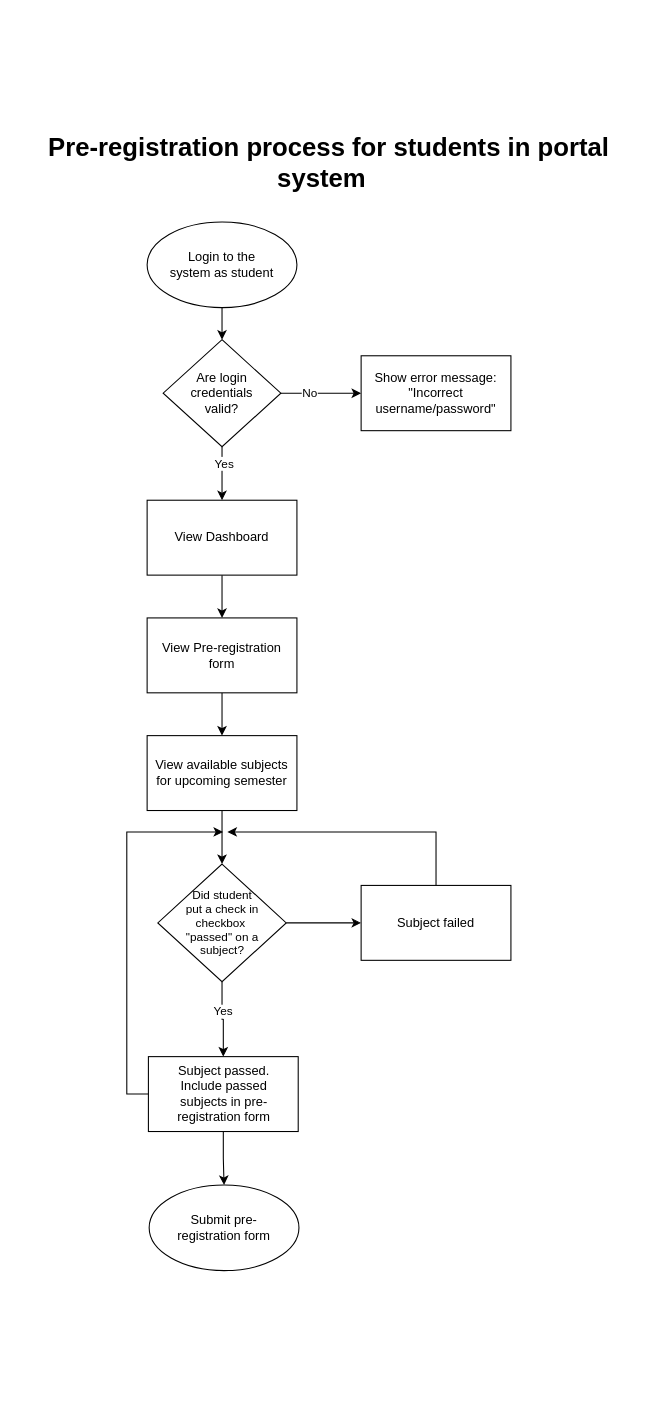
Before: Flowcharts/Pre-registration for Students In School Portal System (Assignment).drawio in samantha-arabella-r/School-Works, a draw.io diagram. Source tidied: cells renumbered, new cells numbered last; positions are measured from the earlier drawing's top-left corner, leaving out a move shared by most shapes. Both pictures are drawn from the tidied source at 107%, with x=0, y=0 at pixel (18, 125).
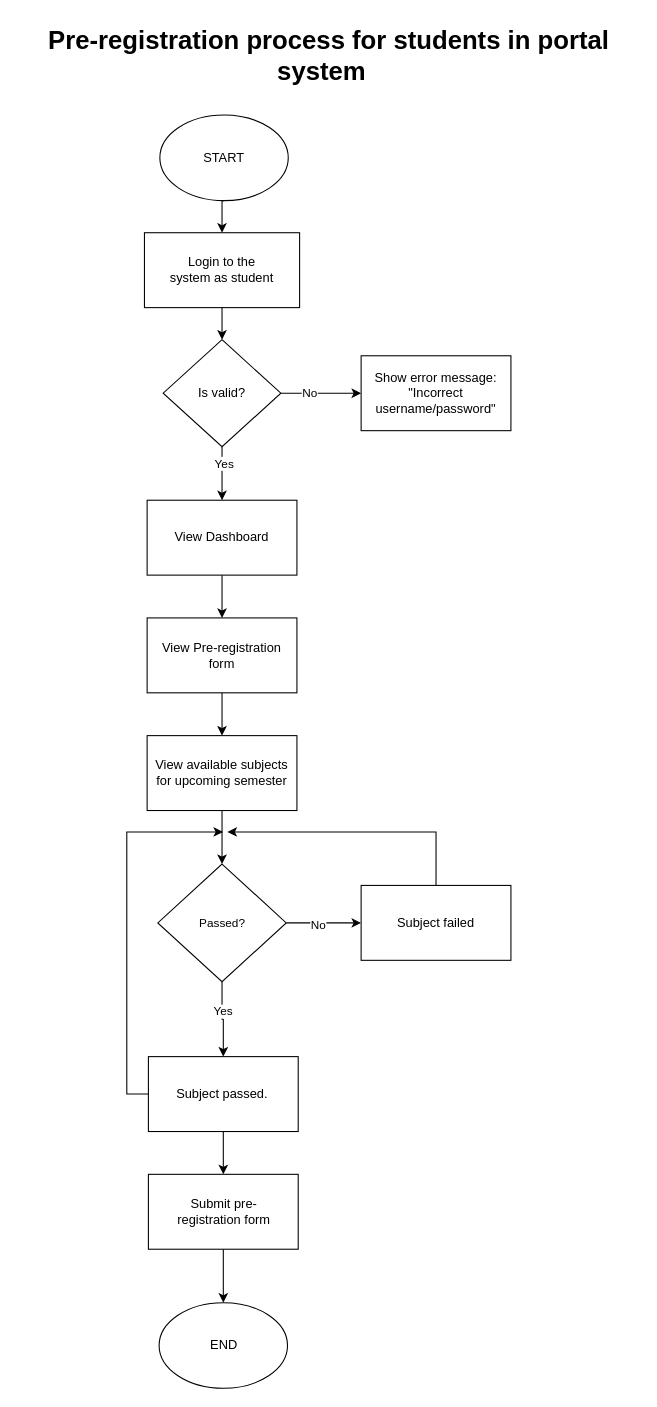
The same page after the edit.

Unchanged cells that the change refers to:
```xml
<mxCell id="10" style="rhombus;whiteSpace=wrap;html=1;" parent="1" vertex="1">
  <mxGeometry x="135" y="200" width="110" height="100" as="geometry" />
</mxCell>
<mxCell id="25" style="edgeStyle=orthogonalEdgeStyle;rounded=0;jettySize=auto;html=1;" parent="1" edge="1" source="26" target="30">
  <mxGeometry relative="1" as="geometry" />
</mxCell>
<mxCell id="32" style="rounded=0;whiteSpace=wrap;html=1;" parent="1" vertex="1">
  <mxGeometry x="121.2" y="870" width="140" height="70" as="geometry" />
</mxCell>
```

What changed in the source:
```diff
@@
-    <mxCell id="2" style="edgeStyle=orthogonalEdgeStyle;rounded=0;jettySize=auto;html=1;exitX=0.5;exitY=1;exitDx=0;exitDy=0;entryX=0.5;entryY=0;entryDx=0;entryDy=0;" parent="1" edge="1" source="3" target="10">
-      <mxGeometry relative="1" as="geometry" />
+    <mxCell id="2" style="edgeStyle=orthogonalEdgeStyle;rounded=0;jettySize=auto;html=1;exitX=0.5;exitY=1;exitDx=0;exitDy=0;entryX=0.5;entryY=0;entryDx=0;entryDy=0;" parent="1" edge="1" target="10">
+      <mxGeometry relative="1" as="geometry">
+        <mxPoint x="190" y="170" as="sourcePoint" />
+      </mxGeometry>
     </mxCell>
-    <mxCell id="3" style="ellipse;whiteSpace=wrap;html=1;" parent="1" vertex="1">
-      <mxGeometry x="120" y="90" width="140" height="80" as="geometry" />
-    </mxCell>
     <mxCell id="4" value="&lt;h1 style=&quot;margin-top: 0px;&quot;&gt;Pre-registration process for students in portal system&amp;nbsp;&amp;nbsp;&lt;/h1&gt;" style="text;html=1;whiteSpace=wrap;overflow=hidden;rounded=0;align=center;" parent="1" vertex="1">
-      <mxGeometry width="580" height="70" as="geometry" />
+      <mxGeometry y="-100" width="580" height="70" as="geometry" />
     </mxCell>
-    <mxCell id="5" value="Login to the system as student" style="text;html=1;align=center;verticalAlign=middle;whiteSpace=wrap;rounded=0;" parent="1" vertex="1">
-      <mxGeometry x="140" y="115" width="100" height="30" as="geometry" />
-    </mxCell>
@@
-    <mxCell id="11" value="Are login credentials valid?" style="text;html=1;align=center;verticalAlign=middle;whiteSpace=wrap;rounded=0;" parent="1" vertex="1">
+    <mxCell id="11" value="Is valid?" style="text;html=1;align=center;verticalAlign=middle;whiteSpace=wrap;rounded=0;" parent="1" vertex="1">
       <mxGeometry x="160" y="235" width="60" height="30" as="geometry" />
     </mxCell>
@@
+    <mxCell id="37" value="No" style="edgeLabel;html=1;align=center;verticalAlign=middle;" parent="25" vertex="1">
+      <mxGeometry x="-0.17" y="-1" relative="1" as="geometry" />
+    </mxCell>
@@
-    <mxCell id="27" value="Did student put a check in checkbox&amp;nbsp; &quot;passed&quot; on a subject?" style="text;html=1;align=center;verticalAlign=middle;whiteSpace=wrap;rounded=0;fontSize=11;" parent="1" vertex="1">
+    <mxCell id="27" value="Passed?" style="text;html=1;align=center;verticalAlign=middle;whiteSpace=wrap;rounded=0;fontSize=11;" parent="1" vertex="1">
       <mxGeometry x="152.5" y="730" width="75" height="30" as="geometry" />
     </mxCell>
@@
-    <mxCell id="31" style="edgeStyle=orthogonalEdgeStyle;rounded=0;jettySize=auto;html=1;exitX=0.5;exitY=1;exitDx=0;exitDy=0;entryX=0.5;entryY=0;entryDx=0;entryDy=0;" parent="1" edge="1" source="32" target="34">
-      <mxGeometry relative="1" as="geometry" />
-    </mxCell>
+    <mxCell id="38" style="edgeStyle=orthogonalEdgeStyle;rounded=0;jettySize=auto;html=1;" parent="1" edge="1" source="32" target="44">
+      <mxGeometry relative="1" as="geometry" />
+    </mxCell>
@@
-    <mxCell id="33" value="Subject passed. Include passed subjects in pre-registration form" style="text;html=1;align=center;verticalAlign=middle;whiteSpace=wrap;rounded=0;" parent="1" vertex="1">
+    <mxCell id="33" value="Subject passed.&amp;nbsp;" style="text;html=1;align=center;verticalAlign=middle;whiteSpace=wrap;rounded=0;" parent="1" vertex="1">
       <mxGeometry x="135" y="887.5" width="113.8" height="35" as="geometry" />
     </mxCell>
-    <mxCell id="34" style="ellipse;whiteSpace=wrap;html=1;" parent="1" vertex="1">
-      <mxGeometry x="121.9" y="990" width="140" height="80" as="geometry" />
-    </mxCell>
+    <mxCell id="36" style="edgeStyle=orthogonalEdgeStyle;rounded=0;jettySize=auto;html=1;exitX=0;exitY=0.5;exitDx=0;exitDy=0;" parent="1" edge="1" source="32">
+      <mxGeometry relative="1" as="geometry">
+        <mxPoint x="191" y="660" as="targetPoint" />
+        <Array as="points">
+          <mxPoint x="101" y="905" />
+          <mxPoint x="101" y="660" />
+        </Array>
+      </mxGeometry>
+    </mxCell>
+    <mxCell id="39" style="rounded=0;whiteSpace=wrap;html=1;" parent="1" vertex="1">
+      <mxGeometry x="117.5" y="100" width="145" height="70" as="geometry" />
+    </mxCell>
+    <mxCell id="5" value="Login to the system as student" style="text;html=1;align=center;verticalAlign=middle;whiteSpace=wrap;rounded=0;" parent="1" vertex="1">
+      <mxGeometry x="140" y="120" width="100" height="30" as="geometry" />
+    </mxCell>
+    <mxCell id="40" style="edgeStyle=orthogonalEdgeStyle;rounded=0;jettySize=auto;html=1;exitX=0.5;exitY=1;exitDx=0;exitDy=0;entryX=0.5;entryY=0;entryDx=0;entryDy=0;" parent="1" edge="1" source="41" target="39">
+      <mxGeometry relative="1" as="geometry" />
+    </mxCell>
+    <mxCell id="41" style="ellipse;whiteSpace=wrap;html=1;" parent="1" vertex="1">
+      <mxGeometry x="131.9" y="-10" width="120" height="80" as="geometry" />
+    </mxCell>
+    <mxCell id="42" value="START" style="text;html=1;align=center;verticalAlign=middle;whiteSpace=wrap;rounded=0;" parent="1" vertex="1">
+      <mxGeometry x="141.9" y="15" width="100" height="30" as="geometry" />
+    </mxCell>
+    <mxCell id="43" style="edgeStyle=orthogonalEdgeStyle;rounded=0;jettySize=auto;html=1;" parent="1" edge="1" source="44" target="45">
+      <mxGeometry relative="1" as="geometry" />
+    </mxCell>
+    <mxCell id="44" style="rounded=0;whiteSpace=wrap;html=1;" parent="1" vertex="1">
+      <mxGeometry x="121.2" y="980" width="140" height="70" as="geometry" />
+    </mxCell>
     <mxCell id="35" value="Submit pre-registration form" style="text;html=1;align=center;verticalAlign=middle;whiteSpace=wrap;rounded=0;" parent="1" vertex="1">
-      <mxGeometry x="141.9" y="1015" width="100" height="30" as="geometry" />
+      <mxGeometry x="141.9" y="1000" width="100" height="30" as="geometry" />
     </mxCell>
-    <mxCell id="36" style="edgeStyle=orthogonalEdgeStyle;rounded=0;jettySize=auto;html=1;exitX=0;exitY=0.5;exitDx=0;exitDy=0;" parent="1" edge="1" source="32">
-      <mxGeometry relative="1" as="geometry">
-        <mxPoint x="191" y="660" as="targetPoint" />
-        <Array as="points">
-          <mxPoint x="101" y="905" />
-          <mxPoint x="101" y="660" />
-        </Array>
-      </mxGeometry>
-    </mxCell>
+    <mxCell id="45" style="ellipse;whiteSpace=wrap;html=1;" parent="1" vertex="1">
+      <mxGeometry x="131.2" y="1100" width="120" height="80" as="geometry" />
+    </mxCell>
+    <mxCell id="46" value="END" style="text;html=1;align=center;verticalAlign=middle;whiteSpace=wrap;rounded=0;" parent="1" vertex="1">
+      <mxGeometry x="161.9" y="1125" width="60" height="30" as="geometry" />
+    </mxCell>
```
